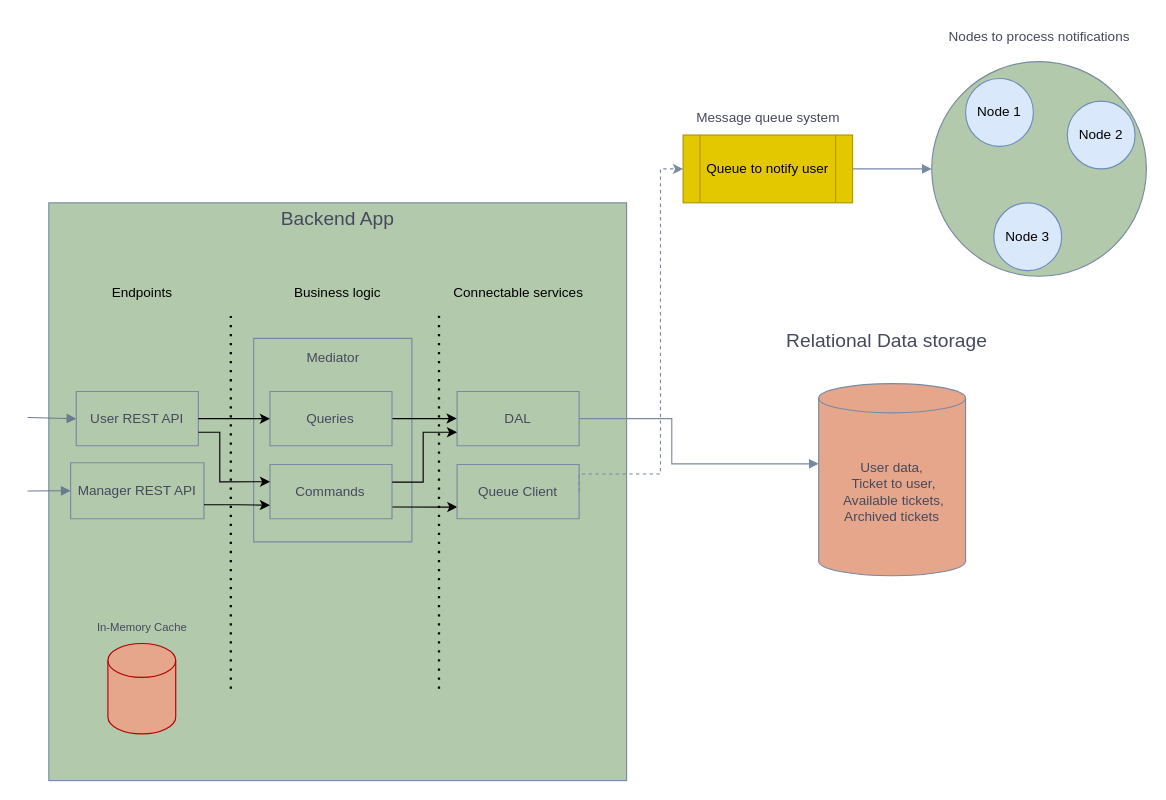
Before: HIghLevelDesignDiagram.drawio in PrimoTibalt/IntermediatePlusMentoring, a draw.io diagram. Source tidied: cells renumbered, new cells numbered last; positions are measured from the earlier drawing's top-left corner, leaving out a move shared by most shapes. Both pictures are drawn from the tidied source at 113%, with x=0, y=0 at pixel (27, 19).
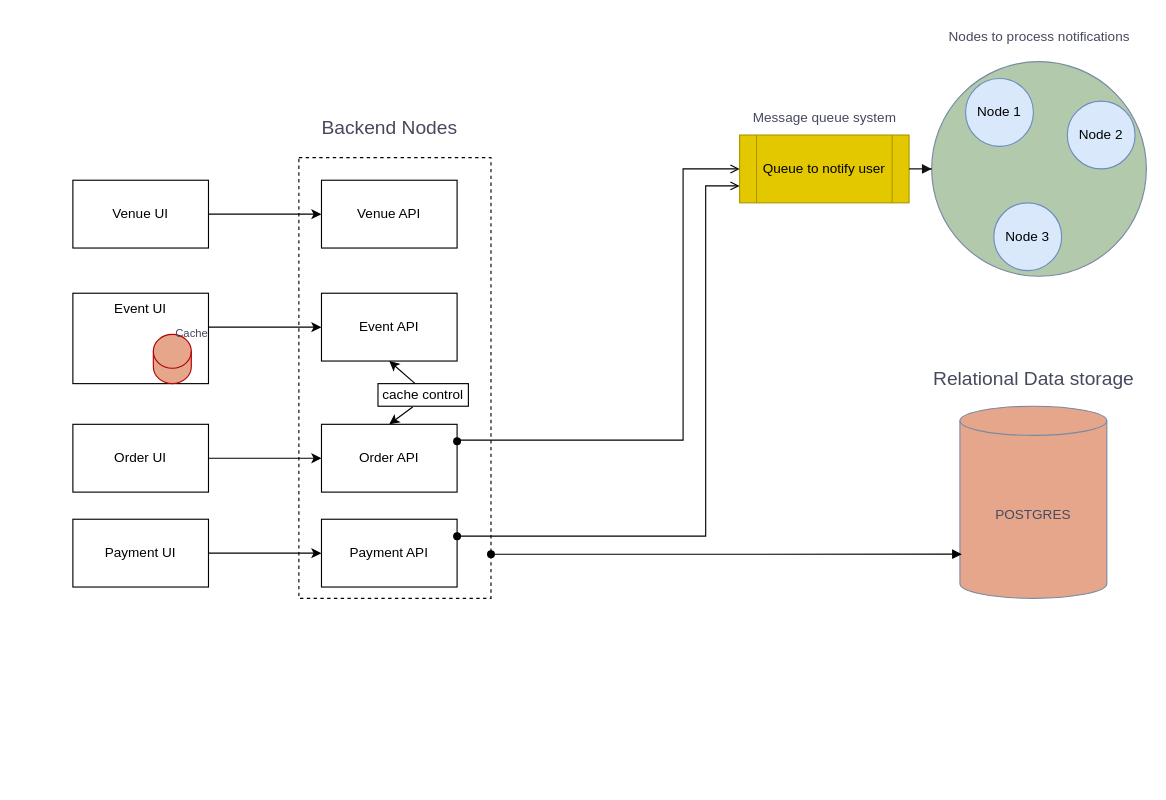
Above is the later version.

The change refers to these unchanged cells:
```xml
<mxCell id="4" style="ellipse;whiteSpace=wrap;html=1;labelBackgroundColor=none;fillColor=#B2C9AB;strokeColor=#788AA3;fontColor=#46495D;" parent="3" vertex="1">
  <mxGeometry width="190" height="190" as="geometry" />
</mxCell>
<mxCell id="11" value="Queue to notify user" style="shape=process;whiteSpace=wrap;html=1;backgroundOutline=1;labelBackgroundColor=none;fillColor=#e3c800;strokeColor=#B09500;fontColor=#000000;" parent="10" vertex="1">
  <mxGeometry x="160" width="150" height="60" as="geometry" />
</mxCell>
```

Diff of the diagram source:
```diff
@@
     <mxCell id="9" style="group;labelBackgroundColor=none;fontColor=#46495D;" parent="1" vertex="1">
-      <mxGeometry x="420" y="72" width="310" height="90" as="geometry" />
+      <mxGeometry x="470" y="72" width="310" height="90" as="geometry" />
     </mxCell>
@@
-    <mxCell id="13" style="edgeStyle=orthogonalEdgeStyle;rounded=0;jettySize=auto;html=1;entryX=1;entryY=0.5;entryDx=0;entryDy=0;labelBackgroundColor=none;strokeColor=#788AA3;fontColor=default;endArrow=none;endFill=0;startArrow=block;startFill=1;" parent="1" edge="1" source="4" target="11">
+    <mxCell id="13" style="edgeStyle=orthogonalEdgeStyle;rounded=0;jettySize=auto;html=1;entryX=1;entryY=0.5;entryDx=0;entryDy=0;labelBackgroundColor=none;strokeColor=#121212;fontColor=default;endArrow=none;endFill=0;startArrow=block;startFill=1;" parent="1" edge="1" source="4" target="11">
       <mxGeometry relative="1" as="geometry" />
     </mxCell>
-    <mxCell id="14" style="whiteSpace=wrap;html=1;labelBackgroundColor=none;fillColor=#B2C9AB;strokeColor=#788AA3;fontColor=#46495D;" parent="1" vertex="1">
-      <mxGeometry x="18.7" y="162" width="511.3" height="511.3" as="geometry" />
-    </mxCell>
-    <mxCell id="15" value="User REST API" style="shape=parallelogram;perimeter=parallelogramPerimeter;whiteSpace=wrap;html=1;fixedSize=1;size=-12;labelBackgroundColor=none;fillColor=#B2C9AB;strokeColor=#788AA3;fontColor=#46495D;" parent="1" vertex="1">
-      <mxGeometry x="43" y="329" width="108" height="48" as="geometry" />
-    </mxCell>
-    <mxCell id="16" value="Manager REST API" style="shape=parallelogram;perimeter=parallelogramPerimeter;whiteSpace=wrap;html=1;fixedSize=1;size=-2;labelBackgroundColor=none;fillColor=#B2C9AB;strokeColor=#788AA3;fontColor=#46495D;" parent="1" vertex="1">
-      <mxGeometry x="38" y="392" width="118" height="49.6" as="geometry" />
-    </mxCell>
-    <mxCell id="17" value="&lt;div style=&quot;font-size: 17px;&quot;&gt;Backend App&lt;/div&gt;" style="text;html=1;align=center;verticalAlign=middle;strokeColor=none;fillColor=none;labelBackgroundColor=none;fontColor=#46495D;" parent="1" vertex="1">
-      <mxGeometry x="214.4" y="162" width="120" height="30" as="geometry" />
-    </mxCell>
-    <mxCell id="18" style="shape=cylinder3;whiteSpace=wrap;html=1;boundedLbl=1;backgroundOutline=1;size=15;labelBackgroundColor=none;fillColor=#E5A68C;strokeColor=#B20000;fontColor=#ffffff;" parent="1" vertex="1">
-      <mxGeometry x="71" y="552" width="60" height="80" as="geometry" />
-    </mxCell>
-    <mxCell id="19" value="In-Memory Cache" style="text;html=1;align=center;verticalAlign=middle;strokeColor=none;fillColor=none;labelBackgroundColor=none;fontColor=#46495D;fontSize=10;" parent="1" vertex="1">
-      <mxGeometry x="51" y="522" width="100" height="30" as="geometry" />
-    </mxCell>
-    <mxCell id="20" value="DAL" style="shape=parallelogram;perimeter=parallelogramPerimeter;whiteSpace=wrap;html=1;fixedSize=1;size=-12;labelBackgroundColor=none;fillColor=#B2C9AB;strokeColor=#788AA3;fontColor=#46495D;" parent="1" vertex="1">
-      <mxGeometry x="380" y="329" width="108" height="48" as="geometry" />
-    </mxCell>
-    <mxCell id="21" style="edgeStyle=orthogonalEdgeStyle;rounded=0;jettySize=auto;html=1;labelBackgroundColor=none;strokeColor=#788AA3;fontColor=default;exitX=1;exitY=0.5;exitDx=0;exitDy=0;endArrow=block;endFill=1;" parent="1" edge="1" source="20" target="41">
-      <mxGeometry relative="1" as="geometry">
-        <Array as="points">
-          <mxPoint x="570" y="353" />
-          <mxPoint x="570" y="393" />
-        </Array>
-      </mxGeometry>
-    </mxCell>
-    <mxCell id="22" style="endArrow=block;html=1;rounded=0;entryX=0;entryY=0.5;entryDx=0;entryDy=0;strokeColor=#6A7A8F;endFill=1;" parent="1" edge="1" target="15">
-      <mxGeometry relative="1" as="geometry">
-        <mxPoint y="352" as="sourcePoint" />
-      </mxGeometry>
-    </mxCell>
-    <mxCell id="23" style="endArrow=block;html=1;rounded=0;entryX=0;entryY=0.5;entryDx=0;entryDy=0;strokeColor=#6A7A8F;endFill=1;" parent="1" edge="1" target="16">
-      <mxGeometry relative="1" as="geometry">
-        <mxPoint y="417" as="sourcePoint" />
-      </mxGeometry>
-    </mxCell>
-    <mxCell id="24" style="endArrow=none;dashed=1;html=1;dashPattern=1 3;strokeWidth=2;rounded=0;entryX=0.315;entryY=0.196;entryDx=0;entryDy=0;entryPerimeter=0;exitX=0.315;exitY=0.841;exitDx=0;exitDy=0;exitPerimeter=0;" parent="1" edge="1" source="14" target="14">
-      <mxGeometry relative="1" as="geometry" />
-    </mxCell>
-    <mxCell id="25" value="Endpoints" style="text;html=1;align=center;verticalAlign=middle;strokeColor=none;fillColor=none;" parent="1" vertex="1">
-      <mxGeometry x="61" y="227" width="80" height="30" as="geometry" />
-    </mxCell>
-    <mxCell id="26" style="endArrow=none;dashed=1;html=1;dashPattern=1 3;strokeWidth=2;rounded=0;entryX=0.315;entryY=0.196;entryDx=0;entryDy=0;entryPerimeter=0;exitX=0.315;exitY=0.841;exitDx=0;exitDy=0;exitPerimeter=0;" parent="1" edge="1">
-      <mxGeometry relative="1" as="geometry">
-        <mxPoint x="364" y="592" as="sourcePoint" />
-        <mxPoint x="364" y="262" as="targetPoint" />
-      </mxGeometry>
-    </mxCell>
-    <mxCell id="27" value="Connectable services" style="text;html=1;align=center;verticalAlign=middle;strokeColor=none;fillColor=none;" parent="1" vertex="1">
-      <mxGeometry x="364" y="227" width="140" height="30" as="geometry" />
-    </mxCell>
-    <mxCell id="28" value="Business logic" style="text;html=1;align=center;verticalAlign=middle;strokeColor=none;fillColor=none;" parent="1" vertex="1">
-      <mxGeometry x="224.4" y="227" width="100" height="30" as="geometry" />
-    </mxCell>
-    <mxCell id="29" style="shape=parallelogram;perimeter=parallelogramPerimeter;whiteSpace=wrap;html=1;fixedSize=1;size=-12;labelBackgroundColor=none;fillColor=#B2C9AB;strokeColor=#788AA3;fontColor=#46495D;" parent="1" vertex="1">
-      <mxGeometry x="200" y="282" width="140" height="180" as="geometry" />
-    </mxCell>
-    <mxCell id="30" value="&lt;div style=&quot;font-size: 12px;&quot;&gt;Mediator&lt;/div&gt;" style="text;html=1;align=center;verticalAlign=middle;strokeColor=none;fillColor=none;labelBackgroundColor=none;fontColor=#46495D;fontSize=12;" parent="1" vertex="1">
-      <mxGeometry x="235" y="284" width="70" height="30" as="geometry" />
-    </mxCell>
-    <mxCell id="31" style="edgeStyle=orthogonalEdgeStyle;rounded=0;jettySize=auto;html=1;exitX=1;exitY=0.5;exitDx=0;exitDy=0;entryX=-0.003;entryY=0.498;entryDx=0;entryDy=0;entryPerimeter=0;" parent="1" edge="1" source="32" target="20">
-      <mxGeometry relative="1" as="geometry">
-        <Array as="points">
-          <mxPoint x="351" y="353" />
-        </Array>
-      </mxGeometry>
-    </mxCell>
-    <mxCell id="32" value="Queries" style="shape=parallelogram;perimeter=parallelogramPerimeter;whiteSpace=wrap;html=1;fixedSize=1;size=-12;labelBackgroundColor=none;fillColor=#B2C9AB;strokeColor=#788AA3;fontColor=#46495D;" parent="1" vertex="1">
-      <mxGeometry x="214.4" y="329" width="108" height="48" as="geometry" />
-    </mxCell>
-    <mxCell id="33" style="edgeStyle=orthogonalEdgeStyle;rounded=0;jettySize=auto;html=1;exitX=1;exitY=0.789;exitDx=0;exitDy=0;exitPerimeter=0;entryX=0.002;entryY=0.784;entryDx=0;entryDy=0;entryPerimeter=0;" parent="1" edge="1" source="34" target="38">
-      <mxGeometry relative="1" as="geometry">
-        <Array as="points">
-          <mxPoint x="380" y="431" />
-        </Array>
-      </mxGeometry>
-    </mxCell>
-    <mxCell id="34" value="Commands" style="shape=parallelogram;perimeter=parallelogramPerimeter;whiteSpace=wrap;html=1;fixedSize=1;size=-12;labelBackgroundColor=none;fillColor=#B2C9AB;strokeColor=#788AA3;fontColor=#46495D;" parent="1" vertex="1">
-      <mxGeometry x="214.4" y="393.6" width="108" height="48" as="geometry" />
-    </mxCell>
-    <mxCell id="35" style="edgeStyle=orthogonalEdgeStyle;rounded=0;jettySize=auto;html=1;exitX=1;exitY=0.5;exitDx=0;exitDy=0;entryX=0;entryY=0.5;entryDx=0;entryDy=0;" parent="1" edge="1" source="15" target="32">
-      <mxGeometry relative="1" as="geometry" />
-    </mxCell>
-    <mxCell id="36" style="edgeStyle=orthogonalEdgeStyle;rounded=0;jettySize=auto;html=1;exitX=1;exitY=0.75;exitDx=0;exitDy=0;entryX=0.001;entryY=0.318;entryDx=0;entryDy=0;entryPerimeter=0;" parent="1" edge="1" source="15" target="34">
-      <mxGeometry relative="1" as="geometry">
-        <Array as="points">
-          <mxPoint x="170" y="365" />
-          <mxPoint x="170" y="409" />
-        </Array>
-      </mxGeometry>
-    </mxCell>
-    <mxCell id="37" style="edgeStyle=orthogonalEdgeStyle;rounded=0;jettySize=auto;html=1;exitX=1;exitY=0.75;exitDx=0;exitDy=0;entryX=0;entryY=0.75;entryDx=0;entryDy=0;" parent="1" edge="1" source="16" target="34">
-      <mxGeometry relative="1" as="geometry" />
-    </mxCell>
-    <mxCell id="38" value="Queue Client" style="shape=parallelogram;perimeter=parallelogramPerimeter;whiteSpace=wrap;html=1;fixedSize=1;size=-12;labelBackgroundColor=none;fillColor=#B2C9AB;strokeColor=#788AA3;fontColor=#46495D;" parent="1" vertex="1">
-      <mxGeometry x="380" y="393.6" width="108" height="48" as="geometry" />
-    </mxCell>
-    <mxCell id="39" style="edgeStyle=orthogonalEdgeStyle;rounded=0;jettySize=auto;html=1;exitX=1.002;exitY=0.324;exitDx=0;exitDy=0;entryX=0;entryY=0.75;entryDx=0;entryDy=0;exitPerimeter=0;" parent="1" edge="1" source="34" target="20">
-      <mxGeometry relative="1" as="geometry">
-        <Array as="points">
-          <mxPoint x="350" y="409" />
-          <mxPoint x="350" y="365" />
-        </Array>
-      </mxGeometry>
-    </mxCell>
-    <mxCell id="40" style="edgeStyle=orthogonalEdgeStyle;rounded=0;jettySize=auto;html=1;labelBackgroundColor=none;strokeColor=#788AA3;fontColor=default;exitX=1;exitY=0.5;exitDx=0;exitDy=0;entryX=0;entryY=0.5;entryDx=0;entryDy=0;dashed=1;" parent="1" edge="1" source="38" target="11">
-      <mxGeometry relative="1" as="geometry">
-        <Array as="points">
-          <mxPoint x="488" y="402" />
-          <mxPoint x="560" y="402" />
-          <mxPoint x="560" y="132" />
-        </Array>
-      </mxGeometry>
-    </mxCell>
+    <mxCell id="43" style="group;" parent="1" vertex="1">
+      <mxGeometry x="790" y="304" width="200" height="208" as="geometry" />
+    </mxCell>
-    <mxCell id="41" value="User data,&lt;br&gt;&amp;nbsp;Ticket to user,&lt;br&gt;&amp;nbsp;Available tickets,&lt;br&gt;Archived tickets" style="shape=cylinder3;whiteSpace=wrap;html=1;boundedLbl=1;backgroundOutline=1;size=12.920958201090514;labelBackgroundColor=none;fillColor=#E5A68C;strokeColor=#788AA3;fontColor=#46495D;" parent="1" vertex="1">
-      <mxGeometry x="700" y="322" width="130" height="170" as="geometry" />
+    <mxCell id="41" value="POSTGRES" style="shape=cylinder3;whiteSpace=wrap;html=1;boundedLbl=1;backgroundOutline=1;size=12.920958201090514;labelBackgroundColor=none;fillColor=#E5A68C;strokeColor=#788AA3;fontColor=#46495D;" parent="43" vertex="1">
+      <mxGeometry x="35" y="38" width="130" height="170" as="geometry" />
     </mxCell>
-    <mxCell id="42" value="Relational Data storage&lt;div style=&quot;font-size: 17px;&quot;&gt;&lt;br style=&quot;font-size: 17px;&quot;&gt;&lt;/div&gt;" style="text;html=1;align=center;verticalAlign=middle;strokeColor=none;fillColor=none;fontSize=17;labelBackgroundColor=none;fontColor=#46495D;" parent="1" vertex="1">
-      <mxGeometry x="660" y="270" width="200" height="50" as="geometry" />
+    <mxCell id="42" value="Relational Data storage&lt;div style=&quot;font-size: 17px;&quot;&gt;&lt;br style=&quot;font-size: 17px;&quot;&gt;&lt;/div&gt;" style="text;html=1;align=center;verticalAlign=middle;strokeColor=none;fillColor=none;fontSize=17;labelBackgroundColor=none;fontColor=#46495D;" parent="43" vertex="1">
+      <mxGeometry width="200" height="50" as="geometry" />
     </mxCell>
+    <mxCell id="44" style="edgeStyle=orthogonalEdgeStyle;rounded=0;jettySize=auto;html=1;" parent="1" edge="1" source="45" target="57">
+      <mxGeometry relative="1" as="geometry" />
+    </mxCell>
+    <mxCell id="45" value="Payment UI" style="rounded=0;whiteSpace=wrap;html=1;fillColor=none;" parent="1" vertex="1">
+      <mxGeometry x="40" y="442" width="120" height="60" as="geometry" />
+    </mxCell>
+    <mxCell id="46" style="edgeStyle=orthogonalEdgeStyle;rounded=0;jettySize=auto;html=1;" parent="1" edge="1" source="47" target="54">
+      <mxGeometry relative="1" as="geometry" />
+    </mxCell>
+    <mxCell id="47" value="Order UI" style="rounded=0;whiteSpace=wrap;html=1;fillColor=none;" parent="1" vertex="1">
+      <mxGeometry x="40" y="358" width="120" height="60" as="geometry" />
+    </mxCell>
+    <mxCell id="48" style="edgeStyle=orthogonalEdgeStyle;rounded=0;jettySize=auto;html=1;" parent="1" edge="1" source="49" target="56">
+      <mxGeometry relative="1" as="geometry">
+        <Array as="points">
+          <mxPoint x="190" y="272" />
+          <mxPoint x="190" y="272" />
+        </Array>
+      </mxGeometry>
+    </mxCell>
+    <mxCell id="49" value="Event UI" style="rounded=0;whiteSpace=wrap;html=1;fillColor=none;verticalAlign=top;" parent="1" vertex="1">
+      <mxGeometry x="40" y="242" width="120" height="80" as="geometry" />
+    </mxCell>
+    <mxCell id="50" style="edgeStyle=orthogonalEdgeStyle;rounded=0;jettySize=auto;html=1;" parent="1" edge="1" source="51" target="55">
+      <mxGeometry relative="1" as="geometry" />
+    </mxCell>
+    <mxCell id="51" value="Venue UI" style="rounded=0;whiteSpace=wrap;html=1;fillColor=none;" parent="1" vertex="1">
+      <mxGeometry x="40" y="142" width="120" height="60" as="geometry" />
+    </mxCell>
+    <mxCell id="52" style="group;" parent="1" vertex="1">
+      <mxGeometry x="240" y="82" width="280" height="430" as="geometry" />
+    </mxCell>
+    <mxCell id="53" style="rounded=0;whiteSpace=wrap;html=1;fillColor=none;dashed=1;" parent="52" vertex="1">
+      <mxGeometry y="40" width="170" height="390" as="geometry" />
+    </mxCell>
+    <mxCell id="17" value="&lt;div style=&quot;font-size: 17px;&quot;&gt;Backend Nodes&lt;/div&gt;" style="text;html=1;align=center;verticalAlign=middle;strokeColor=none;fillColor=none;labelBackgroundColor=none;fontColor=#46495D;" parent="52" vertex="1">
+      <mxGeometry x="10" width="140" height="30" as="geometry" />
+    </mxCell>
+    <mxCell id="54" value="Order API" style="rounded=0;whiteSpace=wrap;html=1;fillColor=none;" parent="52" vertex="1">
+      <mxGeometry x="20" y="276" width="120" height="60" as="geometry" />
+    </mxCell>
+    <mxCell id="55" value="Venue API" style="rounded=0;whiteSpace=wrap;html=1;fillColor=none;" parent="52" vertex="1">
+      <mxGeometry x="20" y="60" width="120" height="60" as="geometry" />
+    </mxCell>
+    <mxCell id="56" value="Event API" style="rounded=0;whiteSpace=wrap;html=1;fillColor=none;verticalAlign=middle;" parent="52" vertex="1">
+      <mxGeometry x="20" y="160" width="120" height="60" as="geometry" />
+    </mxCell>
+    <mxCell id="57" value="Payment API" style="rounded=0;whiteSpace=wrap;html=1;fillColor=none;" parent="52" vertex="1">
+      <mxGeometry x="20" y="360" width="120" height="60" as="geometry" />
+    </mxCell>
+    <mxCell id="58" value="cache control" style="rounded=0;whiteSpace=wrap;html=1;" parent="52" vertex="1">
+      <mxGeometry x="70" y="240" width="80" height="20" as="geometry" />
+    </mxCell>
+    <mxCell id="59" style="endArrow=none;html=1;rounded=0;exitX=0.5;exitY=0;exitDx=0;exitDy=0;entryX=0.384;entryY=1.031;entryDx=0;entryDy=0;entryPerimeter=0;startArrow=classic;startFill=1;" parent="52" edge="1" source="54" target="58">
+      <mxGeometry relative="1" as="geometry" />
+    </mxCell>
+    <mxCell id="60" style="endArrow=none;html=1;rounded=0;exitX=0.5;exitY=1;exitDx=0;exitDy=0;entryX=0.408;entryY=-0.011;entryDx=0;entryDy=0;entryPerimeter=0;startArrow=classic;startFill=1;" parent="52" edge="1" source="56" target="58">
+      <mxGeometry relative="1" as="geometry" />
+    </mxCell>
+    <mxCell id="61" style="group;" parent="1" vertex="1">
+      <mxGeometry x="100" y="262" width="60" height="60" as="geometry" />
+    </mxCell>
+    <mxCell id="62" style="shape=cylinder3;whiteSpace=wrap;html=1;boundedLbl=1;backgroundOutline=1;size=15;labelBackgroundColor=none;fillColor=#E5A68C;strokeColor=#B20000;fontColor=#ffffff;" parent="61" vertex="1">
+      <mxGeometry x="11.2" y="16.4" width="33.6" height="43.6" as="geometry" />
+    </mxCell>
+    <mxCell id="63" value="Cache" style="text;html=1;align=center;verticalAlign=middle;strokeColor=none;fillColor=none;labelBackgroundColor=none;fontColor=#46495D;fontSize=10;" parent="61" vertex="1">
+      <mxGeometry x="20" width="50" height="30" as="geometry" />
+    </mxCell>
+    <mxCell id="64" style="edgeStyle=orthogonalEdgeStyle;rounded=0;jettySize=auto;html=1;exitX=1;exitY=0.25;exitDx=0;exitDy=0;entryX=0;entryY=0.5;entryDx=0;entryDy=0;endArrow=open;endFill=0;startArrow=oval;startFill=1;" parent="1" edge="1" source="54" target="11">
+      <mxGeometry relative="1" as="geometry">
+        <Array as="points">
+          <mxPoint x="380" y="372" />
+          <mxPoint x="580" y="372" />
+          <mxPoint x="580" y="132" />
+        </Array>
+      </mxGeometry>
+    </mxCell>
+    <mxCell id="65" style="edgeStyle=orthogonalEdgeStyle;rounded=0;jettySize=auto;html=1;exitX=1;exitY=0.25;exitDx=0;exitDy=0;entryX=0;entryY=0.75;entryDx=0;entryDy=0;endArrow=open;endFill=0;startArrow=oval;startFill=1;" parent="1" edge="1" source="57" target="11">
+      <mxGeometry relative="1" as="geometry">
+        <Array as="points">
+          <mxPoint x="600" y="457" />
+          <mxPoint x="600" y="147" />
+        </Array>
+      </mxGeometry>
+    </mxCell>
+    <mxCell id="66" style="edgeStyle=orthogonalEdgeStyle;rounded=0;jettySize=auto;html=1;entryX=0.013;entryY=0.77;entryDx=0;entryDy=0;entryPerimeter=0;endArrow=block;endFill=1;startArrow=oval;startFill=1;" parent="1" edge="1" source="53" target="41">
+      <mxGeometry relative="1" as="geometry">
+        <Array as="points">
+          <mxPoint x="590" y="473" />
+          <mxPoint x="590" y="473" />
+        </Array>
+      </mxGeometry>
+    </mxCell>
```
